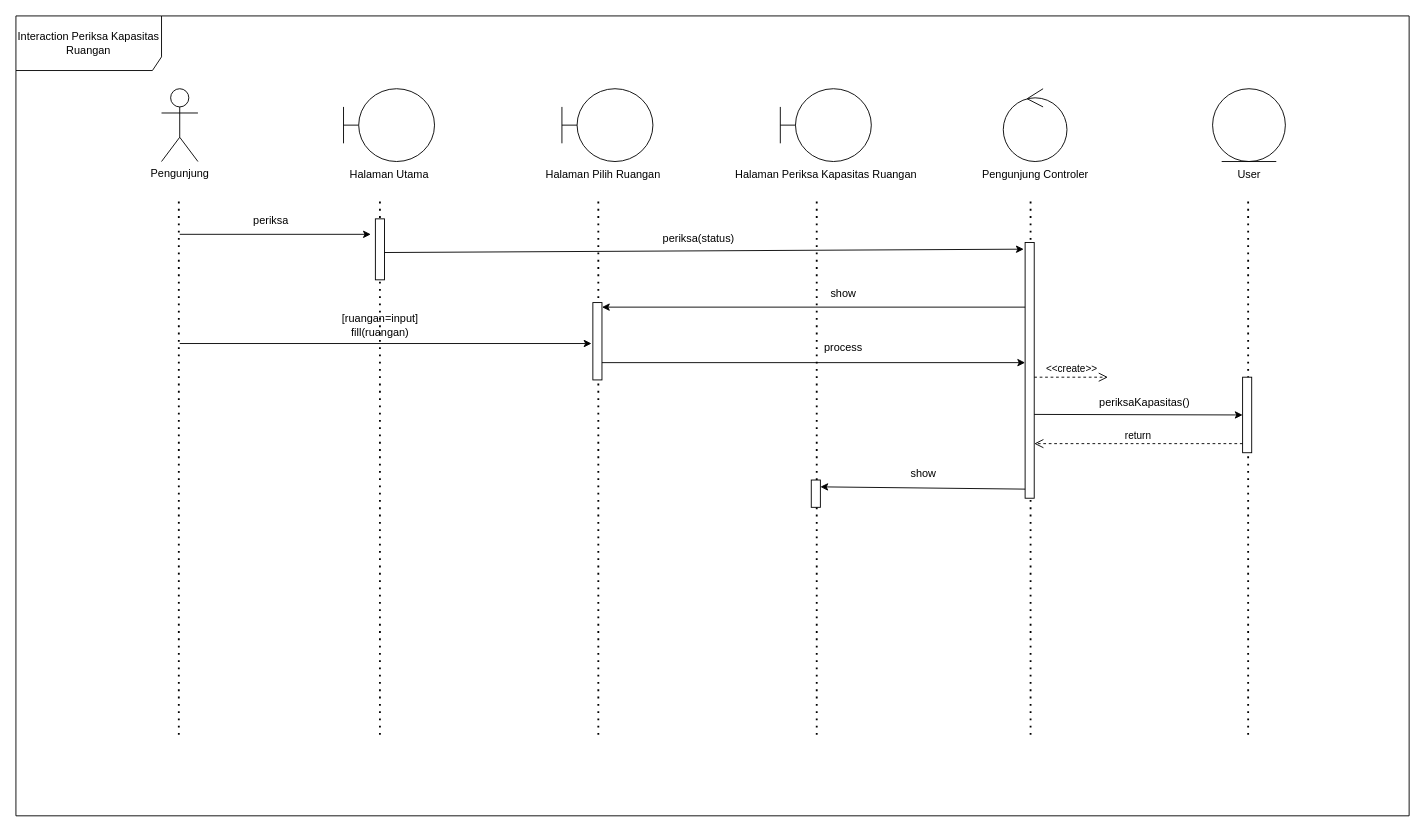
The draw.io diagram sd-Ubah_Status_Kursi.drawio.xml in andrewsalim101/sequence-diagram-rkb, before the edit. Source tidied: cells renumbered, new cells numbered last; positions are measured from the earlier drawing's top-left corner, leaving out a move shared by most shapes. Both pictures are drawn from the tidied source at 91%, with x=0, y=0 at pixel (15, 15).
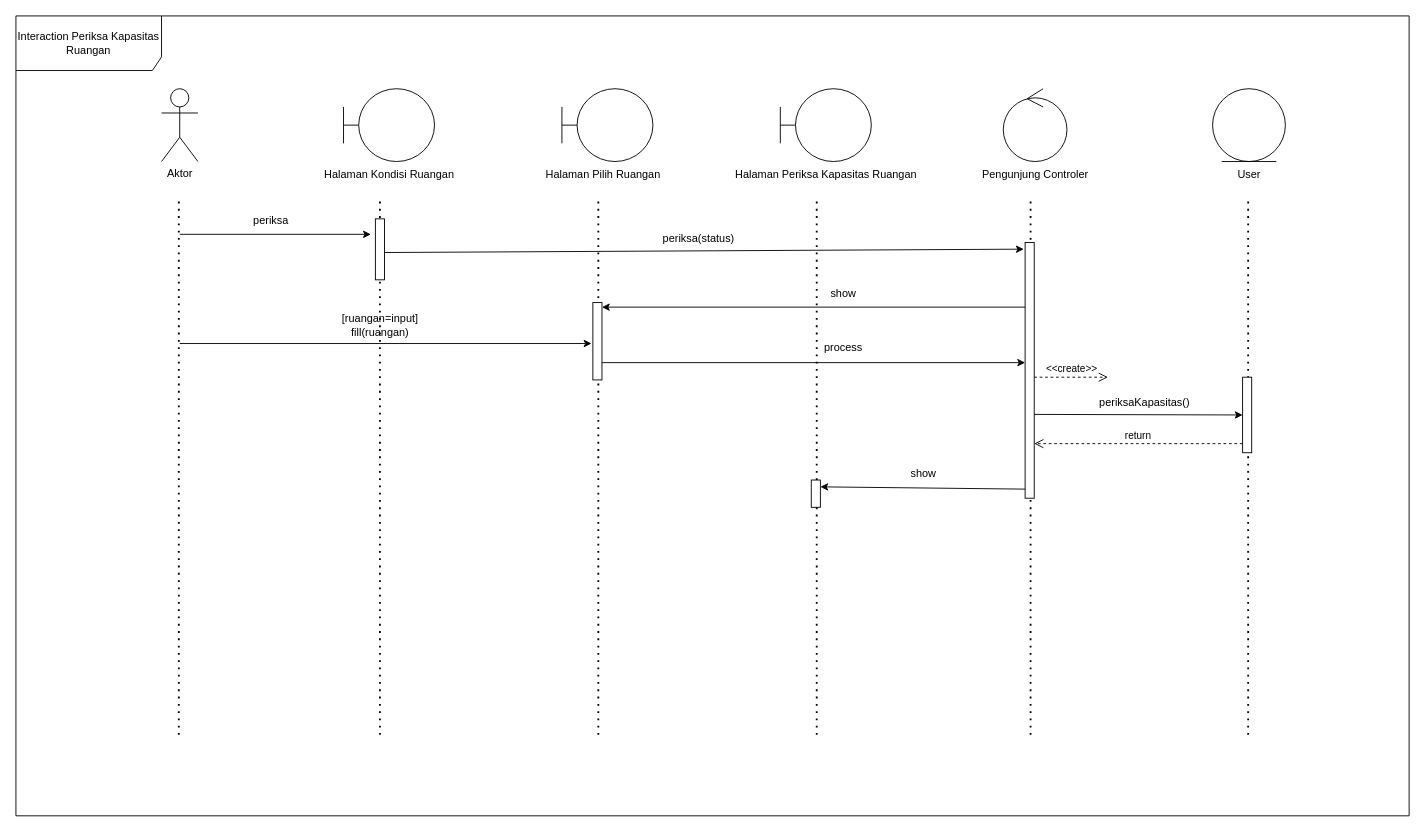
After the change.

What changed in the source:
```diff
@@
-    <mxCell id="2" value="Pengunjung" style="shape=umlActor;verticalLabelPosition=bottom;verticalAlign=top;html=1;" parent="1" vertex="1">
+    <mxCell id="2" value="Aktor" style="shape=umlActor;verticalLabelPosition=bottom;verticalAlign=top;html=1;" parent="1" vertex="1">
       <mxGeometry x="160" y="80" width="40" height="80" as="geometry" />
     </mxCell>
@@
-    <mxCell id="5" value="Halaman Utama" style="text;html=1;align=center;verticalAlign=middle;strokeColor=none;fillColor=none;" parent="1" vertex="1">
-      <mxGeometry x="355" y="160" width="110" height="30" as="geometry" />
+    <mxCell id="5" value="Halaman Kondisi Ruangan" style="text;html=1;align=center;verticalAlign=middle;strokeColor=none;fillColor=none;" parent="1" vertex="1">
+      <mxGeometry x="325" y="160" width="170" height="30" as="geometry" />
     </mxCell>
```
